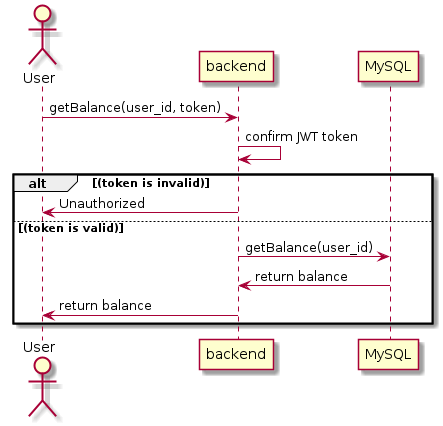
minhduc2803/Snail-App keeps this PlantUML diagram as images/sequence-diagram/fintech/getBalance.png. Above is the earlier version.
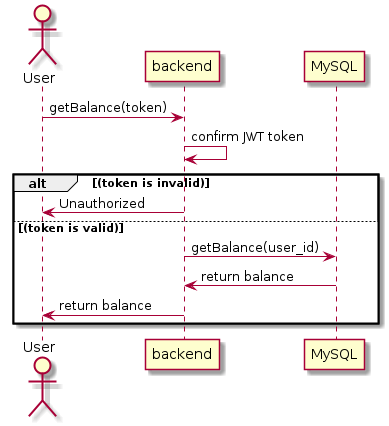
The same file after the commit.

Change to the diagram source:
```diff
@@ -1,7 +1,7 @@
 @startuml getBalance
     actor User
-    User -> "backend" : getBalance(user_id, token)
-     "backend" -> "backend" : confirm JWT token
+    User -> "backend" : getBalance(token)
+    "backend" -> "backend" : confirm JWT token
     alt (token is invalid)
     "backend" -> User : Unauthorized
     else (token is valid)
```
